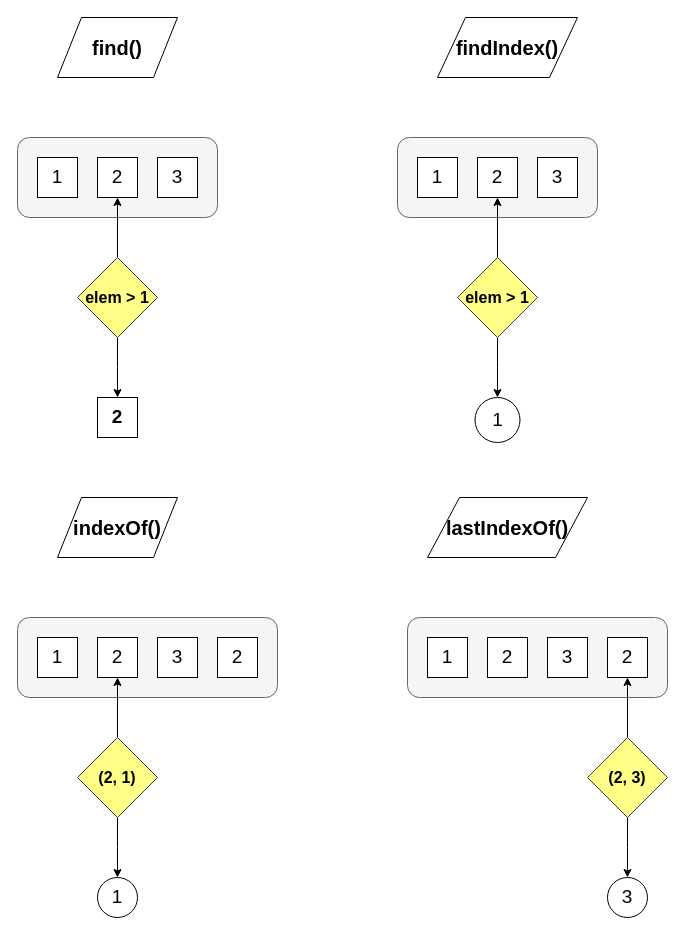
Above: 4/find-vs-findIndex-vs-indexOf-vs-lastIndexOf.drawio in Islam888/array-methods (draw.io), before the change. Source tidied: cells renumbered, new cells numbered last; positions are measured from the earlier drawing's top-left corner, leaving out a move shared by most shapes. Both pictures are drawn from the tidied source at 100%, with x=0, y=0 at pixel (17, 17).
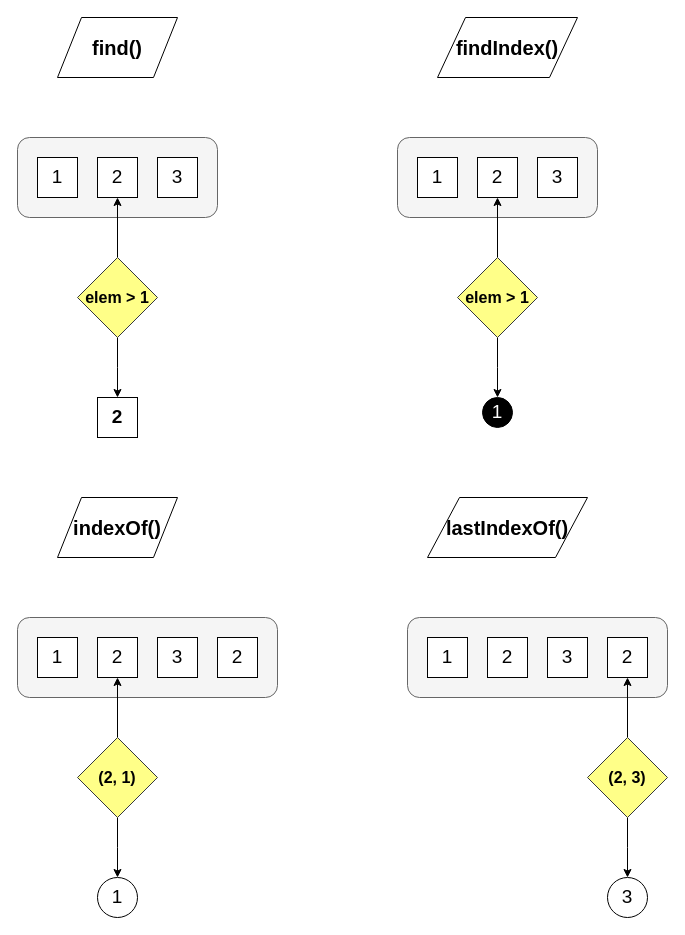
The same diagram, later.

Commit message:
add explanation chart

What changed in the source:
```diff
@@
-    <mxCell id="19" value="1" style="ellipse;whiteSpace=wrap;html=1;rounded=0;fontSize=19;" parent="1" vertex="1">
-      <mxGeometry x="457.5" y="380" width="45" height="45" as="geometry" />
+    <mxCell id="19" value="1" style="ellipse;whiteSpace=wrap;html=1;rounded=0;fontSize=19;fillColor=#000000;fontColor=#FFFFFF;" parent="1" vertex="1">
+      <mxGeometry x="465" y="380" width="30" height="30" as="geometry" />
     </mxCell>
```
